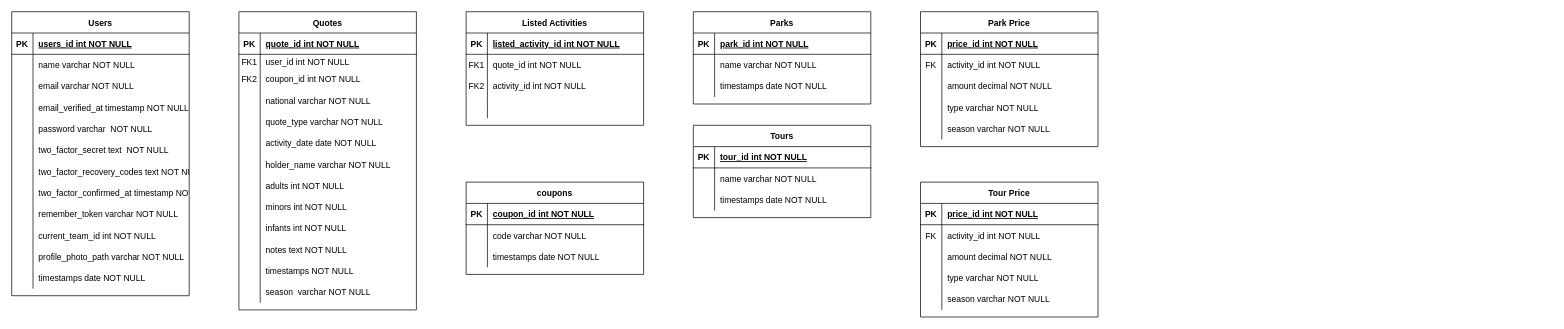
Pcbtroniks/quote keeps this draw.io diagram as Diagrama sin título.drawio. Above is the earlier version. Source tidied: cells renumbered, new cells numbered last; positions are measured from the earlier drawing's top-left corner, leaving out a move shared by most shapes. Both pictures are drawn from the tidied source at 71%, with x=0, y=0 at pixel (11, 11).
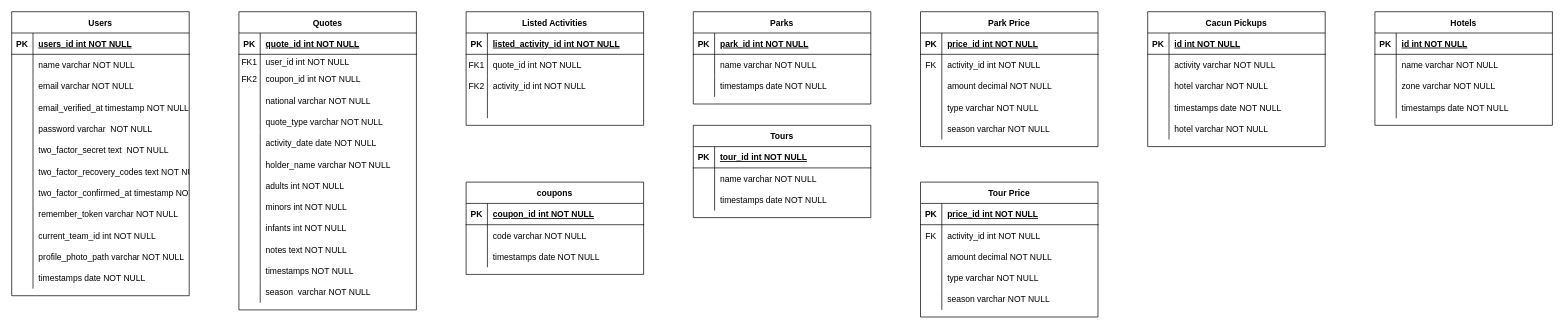
After the change.

Change to the diagram source:
```diff
@@
+    <mxCell id="154" value="Cacun Pickups" style="shape=table;startSize=30;childLayout=tableLayout;rowLines=0;fontStyle=1;align=center;" parent="1" vertex="1">
+      <mxGeometry x="1600" width="250" height="190" as="geometry" />
+    </mxCell>
+    <mxCell id="155" style="shape=partialRectangle;fillColor=none;top=0;left=0;right=0;bottom=1;" parent="154" vertex="1">
+      <mxGeometry y="30" width="250" height="30" as="geometry" />
+    </mxCell>
+    <mxCell id="156" value="PK" style="shape=partialRectangle;overflow=hidden;fillColor=none;top=0;left=0;bottom=0;right=0;fontStyle=1;" parent="155" vertex="1">
+      <mxGeometry width="30" height="30" as="geometry" />
+    </mxCell>
+    <mxCell id="157" value="id int NOT NULL " style="shape=partialRectangle;overflow=hidden;fillColor=none;top=0;left=0;bottom=0;right=0;align=left;spacingLeft=6;fontStyle=5;" parent="155" vertex="1">
+      <mxGeometry x="30" width="220" height="30" as="geometry" />
+    </mxCell>
+    <mxCell id="158" style="shape=partialRectangle;fillColor=none;top=0;left=0;right=0;bottom=0;" parent="154" vertex="1">
+      <mxGeometry y="60" width="250" height="30" as="geometry" />
+    </mxCell>
+    <mxCell id="159" style="shape=partialRectangle;overflow=hidden;fillColor=none;top=0;left=0;bottom=0;right=0;" parent="158" vertex="1">
+      <mxGeometry width="30" height="30" as="geometry" />
+    </mxCell>
+    <mxCell id="160" value="activity varchar NOT NULL" style="shape=partialRectangle;overflow=hidden;fillColor=none;top=0;left=0;bottom=0;right=0;align=left;spacingLeft=6;" parent="158" vertex="1">
+      <mxGeometry x="30" width="220" height="30" as="geometry" />
+    </mxCell>
+    <mxCell id="161" style="shape=partialRectangle;fillColor=none;top=0;left=0;right=0;bottom=0;" parent="154" vertex="1">
+      <mxGeometry y="90" width="250" height="30" as="geometry" />
+    </mxCell>
+    <mxCell id="162" style="shape=partialRectangle;overflow=hidden;fillColor=none;top=0;left=0;bottom=0;right=0;" parent="161" vertex="1">
+      <mxGeometry width="30" height="30" as="geometry" />
+    </mxCell>
+    <mxCell id="163" value="hotel varchar NOT NULL" style="shape=partialRectangle;overflow=hidden;fillColor=none;top=0;left=0;bottom=0;right=0;align=left;spacingLeft=6;" parent="161" vertex="1">
+      <mxGeometry x="30" width="220" height="30" as="geometry" />
+    </mxCell>
+    <mxCell id="164" style="shape=partialRectangle;fillColor=none;top=0;left=0;right=0;bottom=0;" parent="154" vertex="1">
+      <mxGeometry y="120" width="250" height="30" as="geometry" />
+    </mxCell>
+    <mxCell id="165" style="shape=partialRectangle;overflow=hidden;fillColor=none;top=0;left=0;bottom=0;right=0;" parent="164" vertex="1">
+      <mxGeometry width="30" height="30" as="geometry" />
+    </mxCell>
+    <mxCell id="166" value="timestamps date NOT NULL" style="shape=partialRectangle;overflow=hidden;fillColor=none;top=0;left=0;bottom=0;right=0;align=left;spacingLeft=6;" parent="164" vertex="1">
+      <mxGeometry x="30" width="220" height="30" as="geometry" />
+    </mxCell>
+    <mxCell id="167" style="shape=partialRectangle;fillColor=none;top=0;left=0;right=0;bottom=0;" parent="154" vertex="1">
+      <mxGeometry y="150" width="250" height="30" as="geometry" />
+    </mxCell>
+    <mxCell id="168" style="shape=partialRectangle;overflow=hidden;fillColor=none;top=0;left=0;bottom=0;right=0;" parent="167" vertex="1">
+      <mxGeometry width="30" height="30" as="geometry" />
+    </mxCell>
+    <mxCell id="169" value="hotel varchar NOT NULL" style="shape=partialRectangle;overflow=hidden;fillColor=none;top=0;left=0;bottom=0;right=0;align=left;spacingLeft=6;" parent="167" vertex="1">
+      <mxGeometry x="30" width="220" height="30" as="geometry" />
+    </mxCell>
+    <mxCell id="170" value="Hotels" style="shape=table;startSize=30;childLayout=tableLayout;rowLines=0;fontStyle=1;align=center;" parent="1" vertex="1">
+      <mxGeometry x="1920" width="250" height="160" as="geometry" />
+    </mxCell>
+    <mxCell id="171" style="shape=partialRectangle;fillColor=none;top=0;left=0;right=0;bottom=1;" parent="170" vertex="1">
+      <mxGeometry y="30" width="250" height="30" as="geometry" />
+    </mxCell>
+    <mxCell id="172" value="PK" style="shape=partialRectangle;overflow=hidden;fillColor=none;top=0;left=0;bottom=0;right=0;fontStyle=1;" parent="171" vertex="1">
+      <mxGeometry width="30" height="30" as="geometry" />
+    </mxCell>
+    <mxCell id="173" value="id int NOT NULL " style="shape=partialRectangle;overflow=hidden;fillColor=none;top=0;left=0;bottom=0;right=0;align=left;spacingLeft=6;fontStyle=5;" parent="171" vertex="1">
+      <mxGeometry x="30" width="220" height="30" as="geometry" />
+    </mxCell>
+    <mxCell id="174" style="shape=partialRectangle;fillColor=none;top=0;left=0;right=0;bottom=0;" parent="170" vertex="1">
+      <mxGeometry y="60" width="250" height="30" as="geometry" />
+    </mxCell>
+    <mxCell id="175" style="shape=partialRectangle;overflow=hidden;fillColor=none;top=0;left=0;bottom=0;right=0;" parent="174" vertex="1">
+      <mxGeometry width="30" height="30" as="geometry" />
+    </mxCell>
+    <mxCell id="176" value="name varchar NOT NULL" style="shape=partialRectangle;overflow=hidden;fillColor=none;top=0;left=0;bottom=0;right=0;align=left;spacingLeft=6;" parent="174" vertex="1">
+      <mxGeometry x="30" width="220" height="30" as="geometry" />
+    </mxCell>
+    <mxCell id="177" style="shape=partialRectangle;fillColor=none;top=0;left=0;right=0;bottom=0;" parent="170" vertex="1">
+      <mxGeometry y="90" width="250" height="30" as="geometry" />
+    </mxCell>
+    <mxCell id="178" style="shape=partialRectangle;overflow=hidden;fillColor=none;top=0;left=0;bottom=0;right=0;" parent="177" vertex="1">
+      <mxGeometry width="30" height="30" as="geometry" />
+    </mxCell>
+    <mxCell id="179" value="zone varchar NOT NULL" style="shape=partialRectangle;overflow=hidden;fillColor=none;top=0;left=0;bottom=0;right=0;align=left;spacingLeft=6;" parent="177" vertex="1">
+      <mxGeometry x="30" width="220" height="30" as="geometry" />
+    </mxCell>
+    <mxCell id="180" style="shape=partialRectangle;fillColor=none;top=0;left=0;right=0;bottom=0;" parent="170" vertex="1">
+      <mxGeometry y="120" width="250" height="30" as="geometry" />
+    </mxCell>
+    <mxCell id="181" style="shape=partialRectangle;overflow=hidden;fillColor=none;top=0;left=0;bottom=0;right=0;" parent="180" vertex="1">
+      <mxGeometry width="30" height="30" as="geometry" />
+    </mxCell>
+    <mxCell id="182" value="timestamps date NOT NULL" style="shape=partialRectangle;overflow=hidden;fillColor=none;top=0;left=0;bottom=0;right=0;align=left;spacingLeft=6;" parent="180" vertex="1">
+      <mxGeometry x="30" width="220" height="30" as="geometry" />
+    </mxCell>
```
